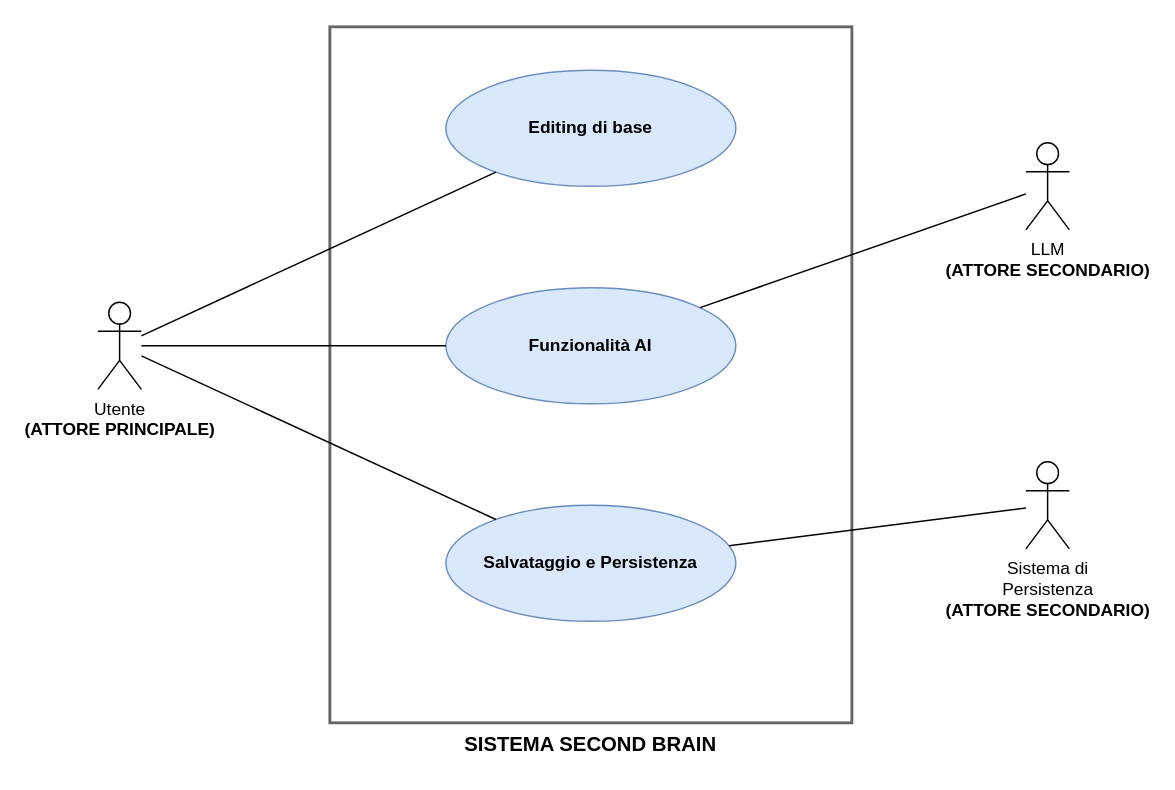
Before: RTB/doc_esterna/analisi-dei-requisiti/assets/draw.io/Intro.drawio in thebitless-group-swe/thebitless.github.io, a draw.io diagram. Source tidied: cells renumbered, new cells numbered last; positions are measured from the earlier drawing's top-left corner, leaving out a move shared by most shapes. Both pictures are drawn from the tidied source at 145%, with x=0, y=0 at pixel (97, 26).
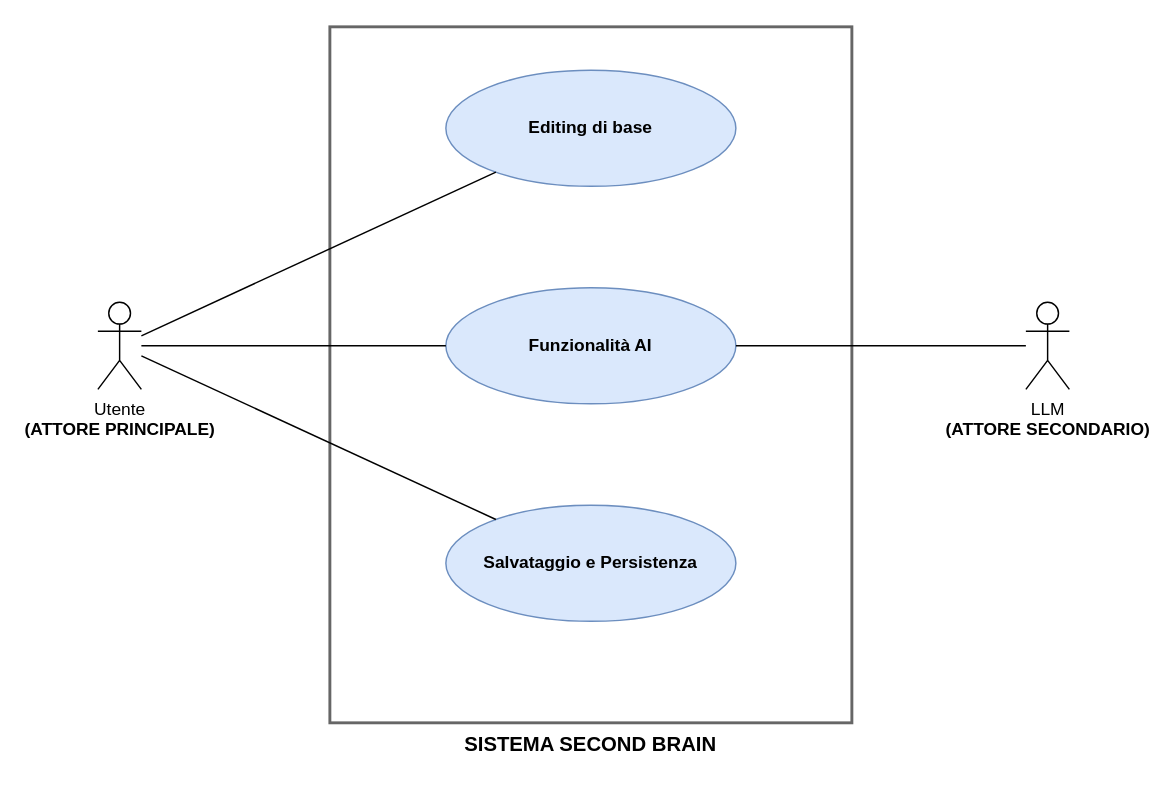
Above is the later version.

Diff of the diagram source:
```diff
@@
 <mxGraphModel>
   <root>
     <mxCell id="0" />
     <mxCell id="1" parent="0" />
     <mxCell id="2" style="whiteSpace=wrap;html=1;fillColor=none;strokeColor=#666666;strokeWidth=2;" parent="1" vertex="1">
       <mxGeometry x="160" width="360" height="480" as="geometry" />
     </mxCell>
     <mxCell id="3" value="&lt;b style=&quot;font-size: 14px;&quot;&gt;SISTEMA SECOND BRAIN&lt;/b&gt;" style="text;html=1;whiteSpace=wrap;strokeColor=none;fillColor=none;align=center;verticalAlign=middle;rounded=0;" parent="1" vertex="1">
       <mxGeometry x="160" y="480" width="360" height="30" as="geometry" />
     </mxCell>
     <mxCell id="4" value="Utente&lt;br&gt;&lt;b&gt;(ATTORE PRINCIPALE)&lt;/b&gt;" style="shape=umlActor;verticalLabelPosition=bottom;verticalAlign=top;html=1;outlineConnect=0;" parent="1" vertex="1">
       <mxGeometry y="190" width="30" height="60" as="geometry" />
     </mxCell>
     <mxCell id="5" value="LLM&lt;br&gt;&lt;b&gt;(ATTORE SECONDARIO)&lt;/b&gt;" style="shape=umlActor;verticalLabelPosition=bottom;verticalAlign=top;html=1;outlineConnect=0;" parent="1" vertex="1">
-      <mxGeometry x="640" y="80" width="30" height="60" as="geometry" />
+      <mxGeometry x="640" y="190" width="30" height="60" as="geometry" />
     </mxCell>
-    <mxCell id="6" value="Sistema di&lt;br&gt;Persistenza&lt;br&gt;&lt;b&gt;(ATTORE SECONDARIO)&lt;/b&gt;" style="shape=umlActor;verticalLabelPosition=bottom;verticalAlign=top;html=1;outlineConnect=0;" parent="1" vertex="1">
-      <mxGeometry x="640" y="300" width="30" height="60" as="geometry" />
-    </mxCell>
     <mxCell id="7" value="Editing di base" style="ellipse;whiteSpace=wrap;html=1;fillColor=#dae8fc;strokeColor=#6c8ebf;fontStyle=1;" parent="1" vertex="1">
       <mxGeometry x="240" y="30" width="200" height="80" as="geometry" />
     </mxCell>
     <mxCell id="8" value="Funzionalità AI" style="ellipse;whiteSpace=wrap;html=1;fillColor=#dae8fc;strokeColor=#6c8ebf;fontStyle=1;" parent="1" vertex="1">
       <mxGeometry x="240" y="180" width="200" height="80" as="geometry" />
     </mxCell>
     <mxCell id="9" value="Salvataggio e Persistenza" style="ellipse;whiteSpace=wrap;html=1;fillColor=#dae8fc;strokeColor=#6c8ebf;fontStyle=1;" parent="1" vertex="1">
       <mxGeometry x="240" y="330" width="200" height="80" as="geometry" />
     </mxCell>
     <mxCell id="10" style="edgeStyle=none;rounded=0;jettySize=auto;html=1;endArrow=none;endFill=0;" parent="1" edge="1" source="4" target="7">
       <mxGeometry relative="1" as="geometry" />
     </mxCell>
     <mxCell id="11" style="edgeStyle=none;rounded=0;jettySize=auto;html=1;endArrow=none;endFill=0;" parent="1" edge="1" source="4" target="8">
       <mxGeometry relative="1" as="geometry" />
     </mxCell>
     <mxCell id="12" style="edgeStyle=none;rounded=0;jettySize=auto;html=1;endArrow=none;endFill=0;" parent="1" edge="1" source="5" target="8">
       <mxGeometry relative="1" as="geometry" />
     </mxCell>
     <mxCell id="13" style="edgeStyle=none;rounded=0;jettySize=auto;html=1;endArrow=none;endFill=0;" parent="1" edge="1" source="4" target="9">
       <mxGeometry relative="1" as="geometry" />
     </mxCell>
-    <mxCell id="14" style="edgeStyle=none;rounded=0;jettySize=auto;html=1;endArrow=none;endFill=0;" parent="1" edge="1" source="6" target="9">
-      <mxGeometry relative="1" as="geometry" />
-    </mxCell>
   </root>
 </mxGraphModel>
```
